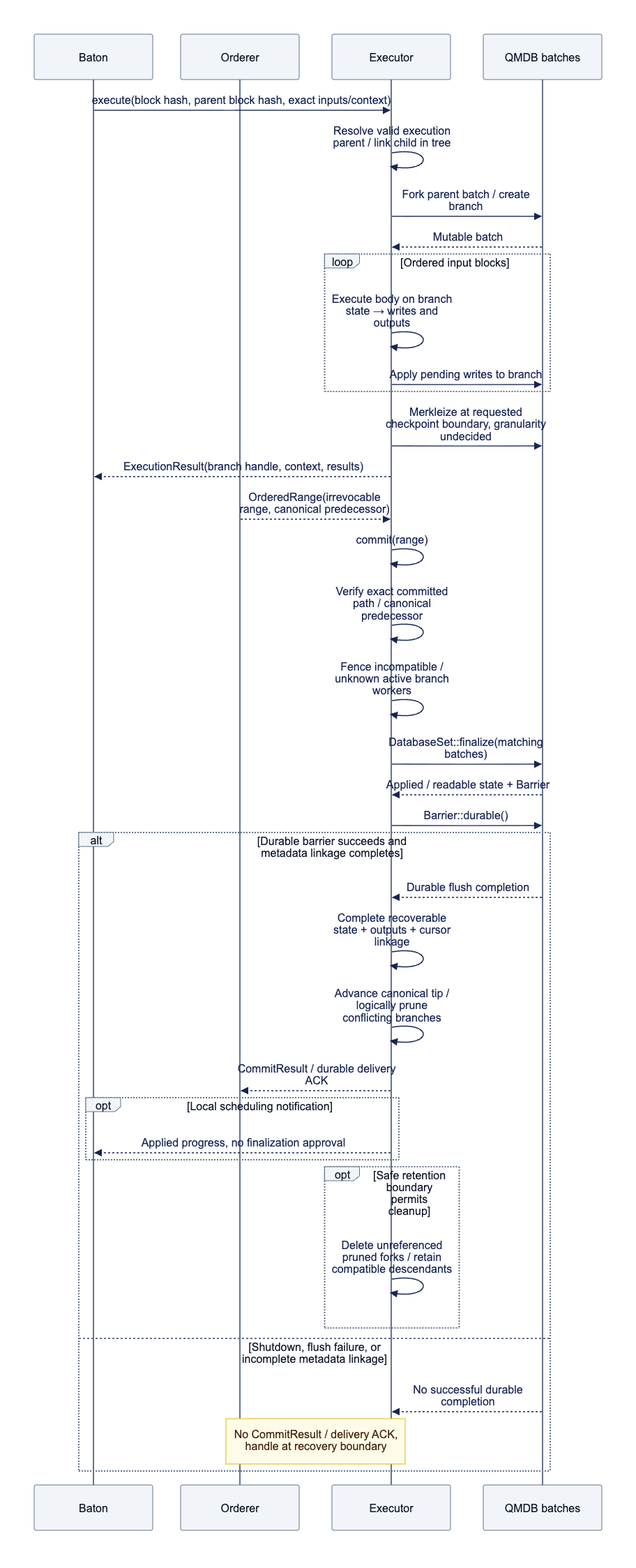
This is docs/assets/diagrams/diagram-09.png from djm07073/baton-research, a Mermaid export, as it was before one commit. Its source is kept beside it as docs/assets/diagrams/diagram-09.mmd.
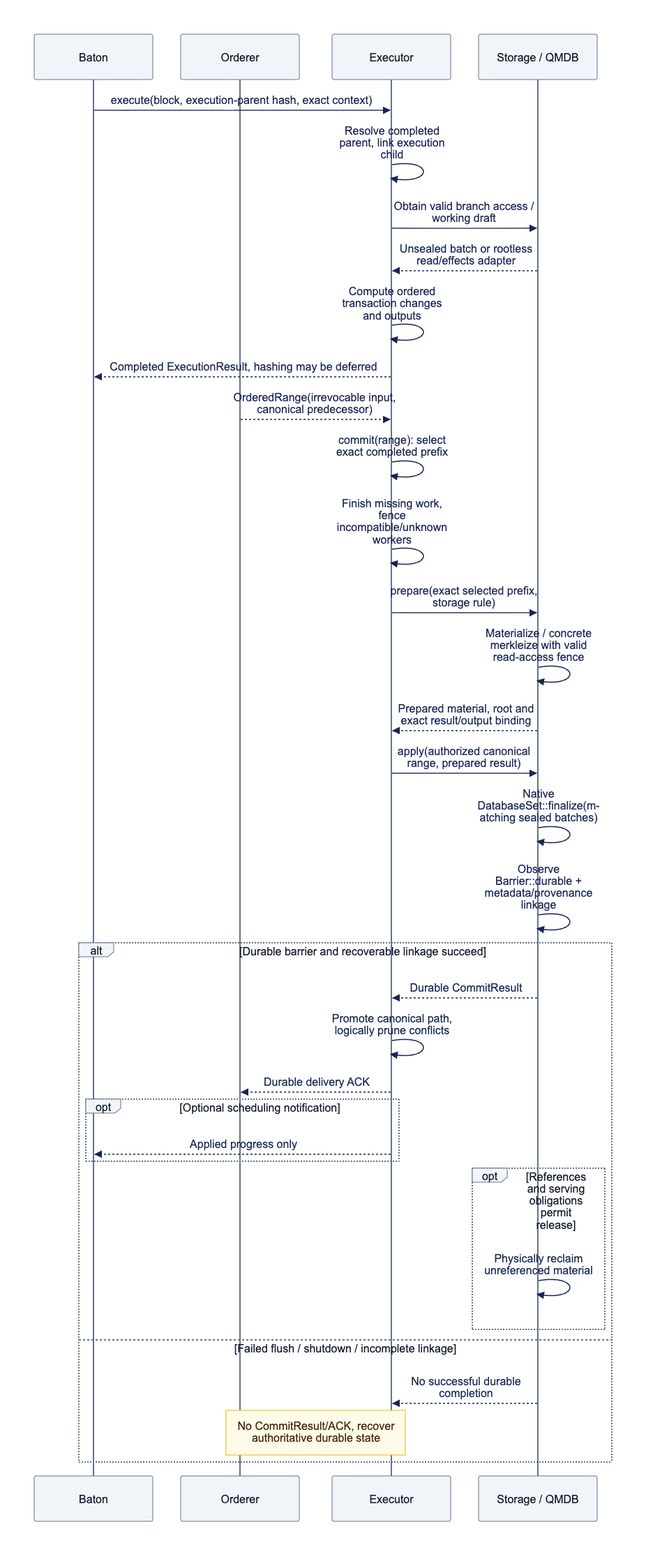
Above is the later version.

The edit, as a diff of the source:
```diff
@@ -1,37 +1,34 @@
 sequenceDiagram
     participant B as Baton
     participant M as Orderer
-    participant O as Executor
-    participant Q as QMDB batches
-    B->>O: execute(block hash, parent block hash, exact inputs/context)
-    O->>O: Resolve valid execution parent / link child in tree
-    O->>Q: Fork parent batch / create branch
-    Q-->>O: Mutable batch
-    loop Ordered input blocks
-        O->>O: Execute body on branch state → writes and outputs
-        O->>Q: Apply pending writes to branch
+    participant E as Executor
+    participant S as Storage / QMDB
+    B->>E: execute(block, execution-parent hash, exact context)
+    E->>E: Resolve completed parent, link execution child
+    E->>S: Obtain valid branch access / working draft
+    S-->>E: Unsealed batch or rootless read/effects adapter
+    E->>E: Compute ordered transaction changes and outputs
+    E-->>B: Completed ExecutionResult, hashing may be deferred
+    M-->>E: OrderedRange(irrevocable input, canonical predecessor)
+    E->>E: commit(range): select exact completed prefix
+    E->>E: Finish missing work, fence incompatible/unknown workers
+    E->>S: prepare(exact selected prefix, storage rule)
+    S->>S: Materialize / concrete merkleize with valid read-access fence
+    S-->>E: Prepared material, root and exact result/output binding
+    E->>S: apply(authorized canonical range, prepared result)
+    S->>S: Native DatabaseSet::finalize(matching sealed batches)
+    S->>S: Observe Barrier::durable + metadata/provenance linkage
+    alt Durable barrier and recoverable linkage succeed
+        S-->>E: Durable CommitResult
+        E->>E: Promote canonical path, logically prune conflicts
+        E-->>M: Durable delivery ACK
+        opt Optional scheduling notification
+            E-->>B: Applied progress only
+        end
+        opt References and serving obligations permit release
+            S->>S: Physically reclaim unreferenced material
+        end
+    else Failed flush / shutdown / incomplete linkage
+        S-->>E: No successful durable completion
+        Note over M,E: No CommitResult/ACK, recover authoritative durable state
     end
-    O->>Q: Merkleize at requested checkpoint boundary, granularity undecided
-    O-->>B: ExecutionResult(branch handle, context, results)
-    M-->>O: OrderedRange(irrevocable range, canonical predecessor)
-    O->>O: commit(range)
-    O->>O: Verify exact committed path / canonical predecessor
-    O->>O: Fence incompatible / unknown active branch workers
-    O->>Q: DatabaseSet::finalize(matching batches)
-    Q-->>O: Applied / readable state + Barrier
-    O->>Q: Barrier::durable()
-    alt Durable barrier succeeds and metadata linkage completes
-        Q-->>O: Durable flush completion
-        O->>O: Complete recoverable state + outputs + cursor linkage
-        O->>O: Advance canonical tip / logically prune conflicting branches
-        O-->>M: CommitResult / durable delivery ACK
-        opt Local scheduling notification
-            O-->>B: Applied progress, no finalization approval
-        end
-        opt Safe retention boundary permits cleanup
-            O->>O: Delete unreferenced pruned forks / retain compatible descendants
-        end
-    else Shutdown, flush failure, or incomplete metadata linkage
-        Q-->>O: No successful durable completion
-        Note over M,O: No CommitResult / delivery ACK, handle at recovery boundary
-    end
```
